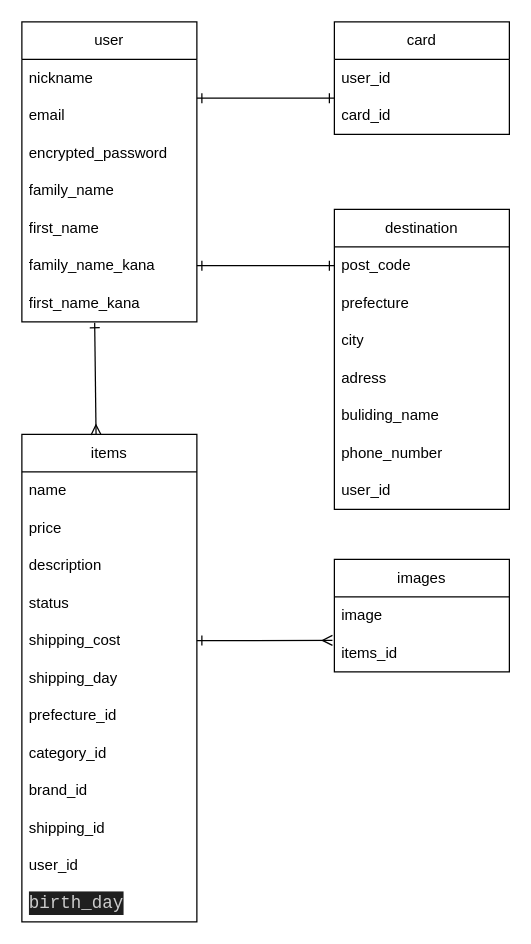
This is furima-41539.dio from Takao-Koyanagi/furima-41539, a draw.io file, before an edit. Source tidied: cells renumbered, new cells numbered last; positions are measured from the earlier drawing's top-left corner, leaving out a move shared by most shapes. Both pictures are drawn from the tidied source at 125%, with x=0, y=0 at pixel (21, 21).
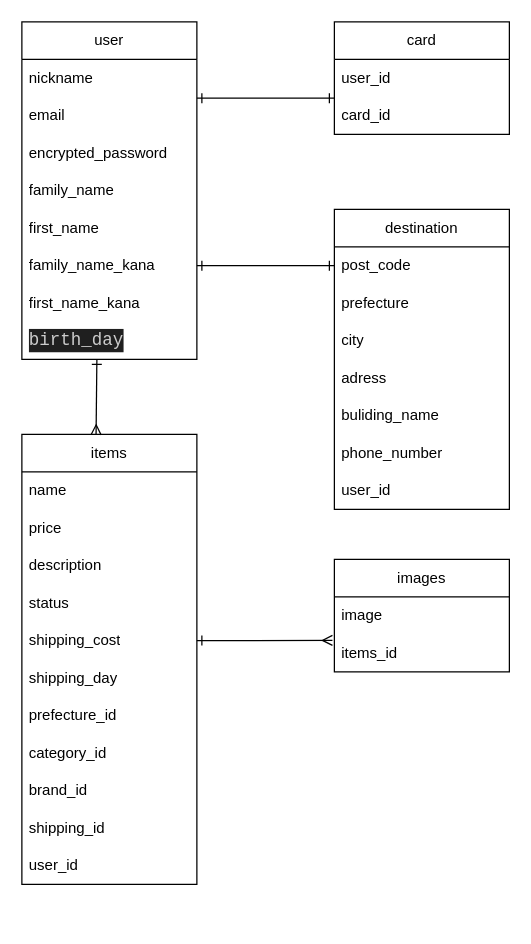
The same diagram, later.

Commit message:
データーベース設計_修正3

The change refers to these unchanged cells:
```xml
<mxCell id="9" value="first_name_kana" style="text;strokeColor=none;fillColor=none;align=left;verticalAlign=middle;spacingLeft=4;spacingRight=4;overflow=hidden;points=[[0,0.5],[1,0.5]];portConstraint=eastwest;whiteSpace=wrap;html=1;" parent="2" vertex="1">
  <mxGeometry y="210" width="140" height="30" as="geometry" />
</mxCell>
```

Diff of the diagram source:
```diff
@@
     <mxCell id="2" value="user" style="swimlane;fontStyle=0;horizontal=1;startSize=30;whiteSpace=wrap;html=1;" parent="1" vertex="1">
-      <mxGeometry width="140" height="240" as="geometry" />
+      <mxGeometry width="140" height="270" as="geometry" />
     </mxCell>
@@
+    <mxCell id="34" value="&lt;div style=&quot;color: rgb(204, 204, 204); background-color: rgb(31, 31, 31); font-family: Consolas, &amp;quot;Courier New&amp;quot;, monospace; font-size: 14px; line-height: 19px;&quot;&gt;birth_day&lt;/div&gt;" style="text;strokeColor=none;fillColor=none;align=left;verticalAlign=middle;spacingLeft=4;spacingRight=4;overflow=hidden;whiteSpace=wrap;html=1;" parent="2" vertex="1">
+      <mxGeometry y="240" width="140" height="30" as="geometry" />
+    </mxCell>
@@
     <mxCell id="22" value="items" style="swimlane;fontStyle=0;horizontal=1;startSize=30;whiteSpace=wrap;html=1;" parent="1" vertex="1">
-      <mxGeometry y="330" width="140" height="390" as="geometry" />
+      <mxGeometry y="330" width="140" height="360" as="geometry" />
     </mxCell>
@@
-    <mxCell id="34" value="&lt;div style=&quot;color: rgb(204, 204, 204); background-color: rgb(31, 31, 31); font-family: Consolas, &amp;quot;Courier New&amp;quot;, monospace; font-size: 14px; line-height: 19px;&quot;&gt;birth_day&lt;/div&gt;" style="text;strokeColor=none;fillColor=none;align=left;verticalAlign=middle;spacingLeft=4;spacingRight=4;overflow=hidden;whiteSpace=wrap;html=1;" parent="22" vertex="1">
-      <mxGeometry y="360" width="140" height="30" as="geometry" />
-    </mxCell>
@@
-    <mxCell id="36" style="endArrow=ERmany;html=1;startArrow=ERone;startFill=0;endFill=0;entryX=0.424;entryY=0.001;entryDx=0;entryDy=0;entryPerimeter=0;exitX=0.416;exitY=1.024;exitDx=0;exitDy=0;exitPerimeter=0;" parent="1" edge="1" source="9" target="22">
-      <mxGeometry relative="1" as="geometry" />
+    <mxCell id="36" style="endArrow=ERmany;html=1;startArrow=ERone;startFill=0;endFill=0;entryX=0.424;entryY=0.001;entryDx=0;entryDy=0;entryPerimeter=0;" parent="1" edge="1" target="22">
+      <mxGeometry relative="1" as="geometry">
+        <mxPoint x="60" y="270" as="sourcePoint" />
+      </mxGeometry>
     </mxCell>
```
